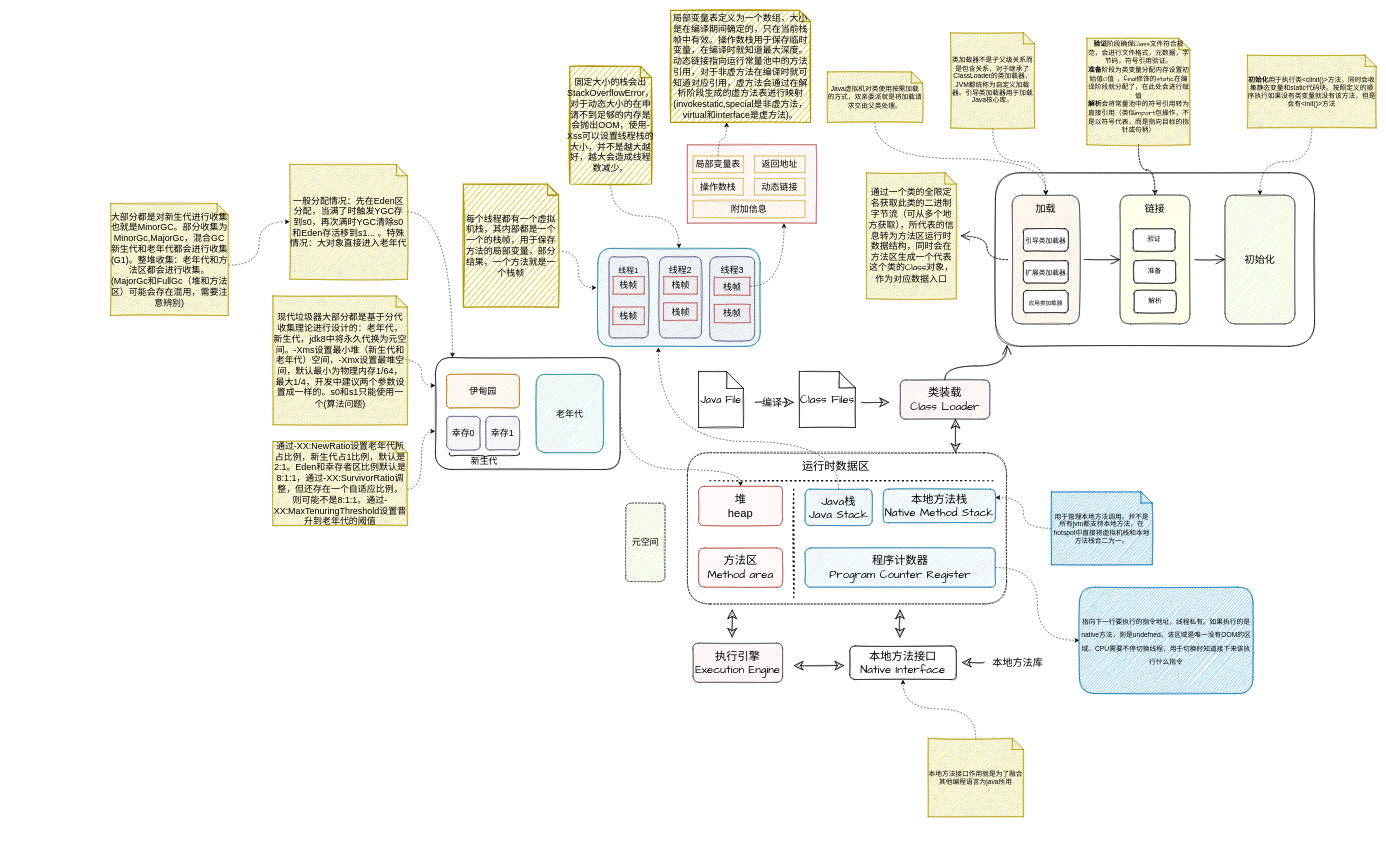
Earlier version of the draw.io diagram study-note/JVM一览图.drawio (kchastes/blog). Source tidied: cells renumbered, new cells numbered last; positions are measured from the earlier drawing's top-left corner, leaving out a move shared by most shapes. Both pictures are drawn from the tidied source at 56%, with x=0, y=0 at pixel (110, 10).
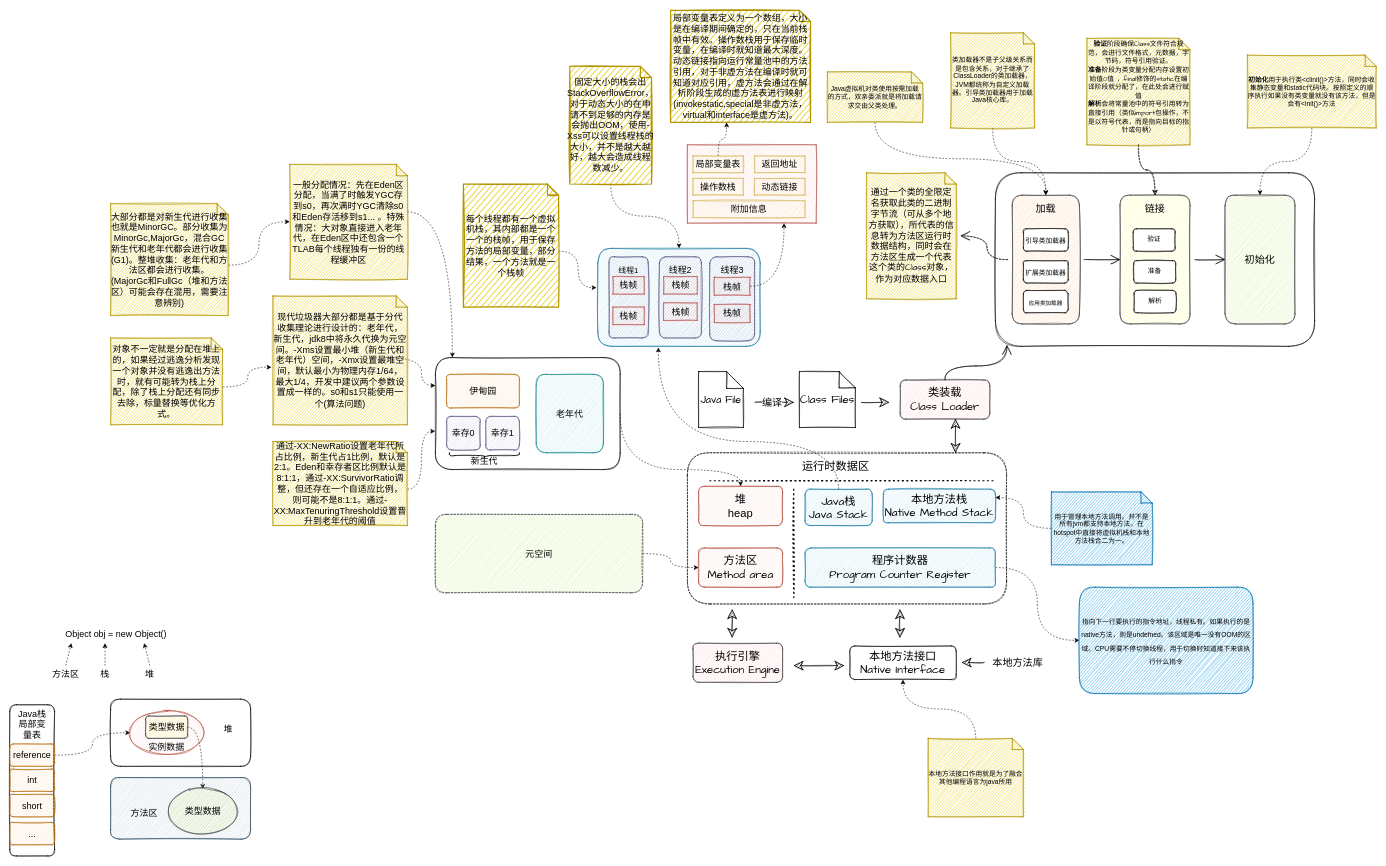
The same page after the edit.

The change refers to these unchanged cells:
```xml
<mxCell id="6" value="方法区 &lt;br&gt;Method area" style="rounded=1;whiteSpace=wrap;html=1;sketch=1;hachureGap=4;fontFamily=Architects Daughter;fontSize=20;fillColor=#fad9d5;strokeColor=#ae4132;" parent="1" vertex="1">
  <mxGeometry x="1050" y="960" width="150" height="70" as="geometry" />
</mxCell>
<mxCell id="88" value="&lt;font style=&quot;font-size: 16px;&quot;&gt;现代垃圾器大部分都是基于分代收集理论进行设计的：老年代，新生代，jdk8中将永久代换为元空间。-Xms设置最小堆（新生代和老年代）空间，-Xmx设置最堆空间，默认最小为物理内存1/64，最大1/4，开发中建议两个参数设置成一样的。s0和s1只能使用一个(算法问题)&lt;/font&gt;" style="shape=note;size=20;whiteSpace=wrap;html=1;fillColor=#e3c800;strokeColor=#B09500;sketch=1;fontColor=#000000;fontSize=16;" parent="1" vertex="1">
  <mxGeometry x="290" y="510" width="240" height="230" as="geometry" />
</mxCell>
```

The edit, as a diff of the source:
```diff
@@
+    <mxCell id="104" style="edgeStyle=orthogonalEdgeStyle;curved=1;jettySize=auto;html=1;exitX=1;exitY=0.5;exitDx=0;exitDy=0;entryX=0;entryY=0.5;entryDx=0;entryDy=0;dashed=1;fontSize=16;" parent="1" edge="1" source="97" target="6">
+      <mxGeometry relative="1" as="geometry" />
+    </mxCell>
     <mxCell id="97" value="元空间" style="rounded=1;whiteSpace=wrap;html=1;sketch=1;fontSize=16;fillColor=#cdeb8b;strokeColor=#36393d;dashed=1;" parent="1" vertex="1">
-      <mxGeometry x="920" y="880" width="70" height="140" as="geometry" />
+      <mxGeometry x="580" y="900" width="370" height="140" as="geometry" />
     </mxCell>
@@
-    <mxCell id="101" value="一般分配情况：先在Eden区分配，当满了时触发YGC存到s0，再次满时YGC清除s0和Eden存活移到s1... 。特殊情况：大对象直接进入老年代" style="shape=note;size=20;whiteSpace=wrap;html=1;sketch=1;fontSize=16;fillColor=#e3c800;fontColor=#000000;strokeColor=#B09500;" parent="1" vertex="1">
+    <mxCell id="101" value="一般分配情况：先在Eden区分配，当满了时触发YGC存到s0，再次满时YGC清除s0和Eden存活移到s1... 。特殊情况：大对象直接进入老年代，在Eden区中还包含一个TLAB每个线程独有一份的线程缓冲区" style="shape=note;size=20;whiteSpace=wrap;html=1;sketch=1;fontSize=16;fillColor=#e3c800;fontColor=#000000;strokeColor=#B09500;" parent="1" vertex="1">
       <mxGeometry x="320" y="275" width="210" height="205" as="geometry" />
     </mxCell>
@@
+    <mxCell id="105" style="edgeStyle=orthogonalEdgeStyle;jettySize=auto;html=1;exitX=0;exitY=0;exitDx=200;exitDy=87.5;exitPerimeter=0;entryX=-0.011;entryY=0.553;entryDx=0;entryDy=0;entryPerimeter=0;fontSize=16;curved=1;dashed=1;" parent="1" edge="1" source="106" target="88">
+      <mxGeometry relative="1" as="geometry" />
+    </mxCell>
+    <mxCell id="106" value="对象不一定就是分配在堆上的，如果经过逃逸分析发现一个对象并没有逃逸出方法时，就有可能转为栈上分配，除了栈上分配还有同步去除，标量替换等优化方式。" style="shape=note;size=20;whiteSpace=wrap;html=1;fillColor=#e3c800;fontColor=#000000;strokeColor=#B09500;sketch=1;fontSize=16;" parent="1" vertex="1">
+      <mxGeometry y="585" width="200" height="155" as="geometry" />
+    </mxCell>
+    <mxCell id="107" value="Object obj = new Object()" style="text;html=1;strokeColor=none;fillColor=none;align=center;verticalAlign=middle;whiteSpace=wrap;rounded=0;sketch=1;fontSize=16;" parent="1" vertex="1">
+      <mxGeometry x="-110" y="1099" width="240" height="30" as="geometry" />
+    </mxCell>
+    <mxCell id="108" style="endArrow=classic;html=1;dashed=1;fontSize=16;curved=1;" parent="1" edge="1">
+      <mxGeometry relative="1" as="geometry">
+        <mxPoint x="-80" y="1170" as="sourcePoint" />
+        <mxPoint x="-70" y="1130" as="targetPoint" />
+      </mxGeometry>
+    </mxCell>
+    <mxCell id="109" value="方法区" style="text;html=1;strokeColor=none;fillColor=none;align=center;verticalAlign=middle;whiteSpace=wrap;rounded=0;sketch=0;fontSize=16;" parent="1" vertex="1">
+      <mxGeometry x="-110" y="1170" width="60" height="30" as="geometry" />
+    </mxCell>
+    <mxCell id="110" style="endArrow=classic;html=1;dashed=1;fontSize=16;curved=1;" parent="1" edge="1">
+      <mxGeometry relative="1" as="geometry">
+        <mxPoint x="-10" y="1170" as="sourcePoint" />
+        <mxPoint x="-10" y="1130" as="targetPoint" />
+      </mxGeometry>
+    </mxCell>
+    <mxCell id="111" value="栈" style="text;html=1;strokeColor=none;fillColor=none;align=center;verticalAlign=middle;whiteSpace=wrap;rounded=0;sketch=0;fontSize=16;" parent="1" vertex="1">
+      <mxGeometry x="-40" y="1170" width="60" height="30" as="geometry" />
+    </mxCell>
+    <mxCell id="112" style="endArrow=classic;html=1;dashed=1;fontSize=16;curved=1;" parent="1" edge="1">
+      <mxGeometry relative="1" as="geometry">
+        <mxPoint x="70" y="1170" as="sourcePoint" />
+        <mxPoint x="60" y="1130" as="targetPoint" />
+      </mxGeometry>
+    </mxCell>
+    <mxCell id="113" value="堆" style="text;html=1;strokeColor=none;fillColor=none;align=center;verticalAlign=middle;whiteSpace=wrap;rounded=0;sketch=0;fontSize=16;" parent="1" vertex="1">
+      <mxGeometry x="40" y="1170" width="60" height="30" as="geometry" />
+    </mxCell>
+    <mxCell id="114" style="rounded=1;whiteSpace=wrap;html=1;sketch=1;fontSize=16;fillColor=none;" parent="1" vertex="1">
+      <mxGeometry x="-180" y="1240" width="80" height="270" as="geometry" />
+    </mxCell>
+    <mxCell id="115" value="Java栈局部变量表" style="text;html=1;strokeColor=none;fillColor=none;align=center;verticalAlign=middle;whiteSpace=wrap;rounded=0;sketch=1;fontSize=16;" parent="1" vertex="1">
+      <mxGeometry x="-170" y="1260" width="60" height="30" as="geometry" />
+    </mxCell>
+    <mxCell id="116" style="edgeStyle=orthogonalEdgeStyle;curved=1;jettySize=auto;html=1;exitX=1;exitY=0.5;exitDx=0;exitDy=0;entryX=0;entryY=0.5;entryDx=0;entryDy=0;dashed=1;fontSize=16;" parent="1" edge="1" source="117" target="122">
+      <mxGeometry relative="1" as="geometry" />
+    </mxCell>
+    <mxCell id="117" value="reference" style="rounded=1;whiteSpace=wrap;html=1;sketch=1;fontSize=16;fillColor=#fad7ac;strokeColor=#b46504;" parent="1" vertex="1">
+      <mxGeometry x="-180" y="1310" width="80" height="40" as="geometry" />
+    </mxCell>
+    <mxCell id="118" value="int" style="rounded=1;whiteSpace=wrap;html=1;sketch=1;fontSize=16;fillColor=#fad7ac;strokeColor=#b46504;" parent="1" vertex="1">
+      <mxGeometry x="-180" y="1355" width="80" height="40" as="geometry" />
+    </mxCell>
+    <mxCell id="119" value="short" style="rounded=1;whiteSpace=wrap;html=1;sketch=1;fontSize=16;fillColor=#fad7ac;strokeColor=#b46504;" parent="1" vertex="1">
+      <mxGeometry x="-180" y="1400" width="80" height="40" as="geometry" />
+    </mxCell>
+    <mxCell id="120" value="..." style="rounded=1;whiteSpace=wrap;html=1;sketch=1;fontSize=16;fillColor=#fad7ac;strokeColor=#b46504;" parent="1" vertex="1">
+      <mxGeometry x="-180" y="1450" width="80" height="40" as="geometry" />
+    </mxCell>
+    <mxCell id="121" style="rounded=1;whiteSpace=wrap;html=1;sketch=1;fontSize=16;fillColor=none;" parent="1" vertex="1">
+      <mxGeometry y="1230" width="250" height="120" as="geometry" />
+    </mxCell>
+    <mxCell id="122" style="ellipse;whiteSpace=wrap;html=1;sketch=1;fontSize=16;fillColor=#fad9d5;strokeColor=#ae4132;" parent="1" vertex="1">
+      <mxGeometry x="35" y="1250" width="130" height="80" as="geometry" />
+    </mxCell>
+    <mxCell id="123" style="edgeStyle=orthogonalEdgeStyle;curved=1;jettySize=auto;html=1;exitX=1;exitY=0.5;exitDx=0;exitDy=0;dashed=1;fontSize=16;" parent="1" edge="1" source="124" target="128">
+      <mxGeometry relative="1" as="geometry" />
+    </mxCell>
+    <mxCell id="124" value="类型数据" style="rounded=1;whiteSpace=wrap;html=1;sketch=1;fontSize=16;fillColor=#ffff88;strokeColor=#36393d;" parent="1" vertex="1">
+      <mxGeometry x="62.5" y="1260" width="75" height="40" as="geometry" />
+    </mxCell>
+    <mxCell id="125" value="实例数据" style="text;html=1;strokeColor=none;fillColor=none;align=center;verticalAlign=middle;whiteSpace=wrap;rounded=0;sketch=1;fontSize=16;" parent="1" vertex="1">
+      <mxGeometry x="65" y="1300" width="70" height="30" as="geometry" />
+    </mxCell>
+    <mxCell id="126" value="堆" style="text;html=1;strokeColor=none;fillColor=none;align=center;verticalAlign=middle;whiteSpace=wrap;rounded=0;sketch=1;fontSize=16;" parent="1" vertex="1">
+      <mxGeometry x="180" y="1269" width="60" height="30" as="geometry" />
+    </mxCell>
+    <mxCell id="127" style="rounded=1;whiteSpace=wrap;html=1;sketch=1;fontSize=16;fillColor=#bac8d3;strokeColor=#23445d;" parent="1" vertex="1">
+      <mxGeometry y="1370" width="250" height="110" as="geometry" />
+    </mxCell>
+    <mxCell id="128" value="类型数据" style="ellipse;whiteSpace=wrap;html=1;sketch=1;fontSize=16;fillColor=#cdeb8b;strokeColor=#36393d;" parent="1" vertex="1">
+      <mxGeometry x="104.5" y="1390" width="120" height="80" as="geometry" />
+    </mxCell>
+    <mxCell id="129" value="方法区" style="text;html=1;strokeColor=none;fillColor=none;align=center;verticalAlign=middle;whiteSpace=wrap;rounded=0;sketch=1;fontSize=16;" parent="1" vertex="1">
+      <mxGeometry x="30" y="1419" width="60" height="30" as="geometry" />
+    </mxCell>
```
